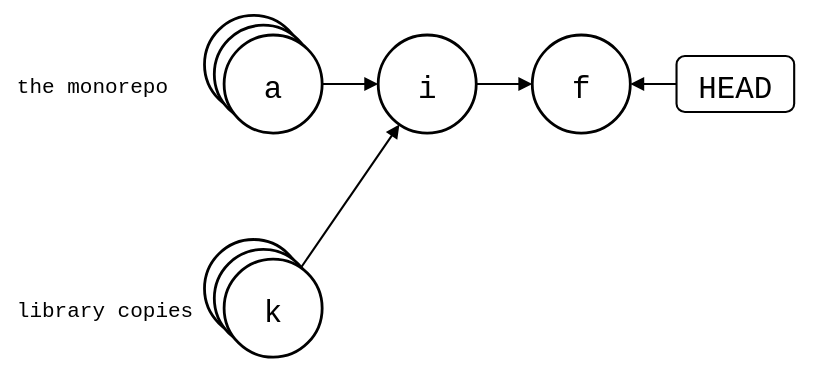
This is docs/05-comparisons/02-third-party/josh-imported.drawio.svg from roschaefer/git-splice, a draw.io export, as it was before one commit. Source tidied: cells renumbered, new cells last; positions are measured from the earlier drawing's top-left corner, leaving out a move shared by most shapes. The source it was exported from:
```xml
<mxGraphModel background="#ffffff">
  <root>
    <mxCell id="0" />
    <mxCell id="1" parent="0" />
    <mxCell id="2" value="the monorepo" style="text;strokeColor=none;fillColor=none;align=left;verticalAlign=middle;fontSize=15;fontFamily=Roboto Mono,monospace;" parent="1" vertex="1">
      <mxGeometry y="34" width="130" height="30" as="geometry" />
    </mxCell>
    <mxCell id="3" value="library copies" style="text;strokeColor=none;fillColor=none;align=left;verticalAlign=middle;fontSize=15;fontFamily=Roboto Mono,monospace;" parent="1" vertex="1">
      <mxGeometry y="194" width="130" height="30" as="geometry" />
    </mxCell>
    <mxCell id="4" style="shape=ellipse;strokeWidth=2;fontSize=22;fontFamily=Roboto Mono,monospace;" parent="1" vertex="1">
      <mxGeometry x="136" width="70" height="70" as="geometry" />
    </mxCell>
    <mxCell id="5" style="shape=ellipse;strokeWidth=2;fontSize=22;fontFamily=Roboto Mono,monospace;" parent="1" vertex="1">
      <mxGeometry x="143" y="7" width="70" height="70" as="geometry" />
    </mxCell>
    <mxCell id="6" value="a" style="ellipse;strokeWidth=2;fontSize=22;fontFamily=Roboto Mono,monospace;" parent="1" vertex="1">
      <mxGeometry x="150" y="14" width="70" height="70" as="geometry" />
    </mxCell>
    <mxCell id="7" value="i" style="ellipse;strokeWidth=2;fontSize=22;fontFamily=Roboto Mono,monospace;" parent="1" vertex="1">
      <mxGeometry x="260" y="14" width="70" height="70" as="geometry" />
    </mxCell>
    <mxCell id="8" value="f" style="ellipse;strokeWidth=2;fontSize=22;fontFamily=Roboto Mono,monospace;" parent="1" vertex="1">
      <mxGeometry x="370" y="14" width="70" height="70" as="geometry" />
    </mxCell>
    <mxCell id="9" style="shape=ellipse;strokeWidth=2;fontSize=22;fontFamily=Roboto Mono,monospace;" parent="1" vertex="1">
      <mxGeometry x="136" y="160" width="70" height="70" as="geometry" />
    </mxCell>
    <mxCell id="10" style="shape=ellipse;strokeWidth=2;fontSize=22;fontFamily=Roboto Mono,monospace;" parent="1" vertex="1">
      <mxGeometry x="143" y="167" width="70" height="70" as="geometry" />
    </mxCell>
    <mxCell id="11" value="k" style="ellipse;strokeWidth=2;fontSize=22;fontFamily=Roboto Mono,monospace;" parent="1" vertex="1">
      <mxGeometry x="150" y="174" width="70" height="70" as="geometry" />
    </mxCell>
    <mxCell id="12" value="HEAD" style="rounded=1;strokeWidth=1.5;fontSize=22;fontFamily=Roboto Mono,monospace;" parent="1" vertex="1">
      <mxGeometry x="473" y="29" width="84" height="40" as="geometry" />
    </mxCell>
    <mxCell id="13" style="endArrow=block;endFill=1;html=1;strokeWidth=1.5;rounded=0;" parent="1" edge="1" source="12" target="8">
      <mxGeometry relative="1" as="geometry" />
    </mxCell>
    <mxCell id="14" style="endArrow=block;endFill=1;html=1;strokeWidth=1.5;rounded=0;" parent="1" edge="1" source="6" target="7">
      <mxGeometry relative="1" as="geometry" />
    </mxCell>
    <mxCell id="15" style="endArrow=block;endFill=1;html=1;strokeWidth=1.5;rounded=0;" parent="1" edge="1" source="11" target="7">
      <mxGeometry relative="1" as="geometry" />
    </mxCell>
    <mxCell id="16" style="endArrow=block;endFill=1;html=1;strokeWidth=1.5;rounded=0;" parent="1" edge="1" source="7" target="8">
      <mxGeometry relative="1" as="geometry" />
    </mxCell>
  </root>
</mxGraphModel>
```
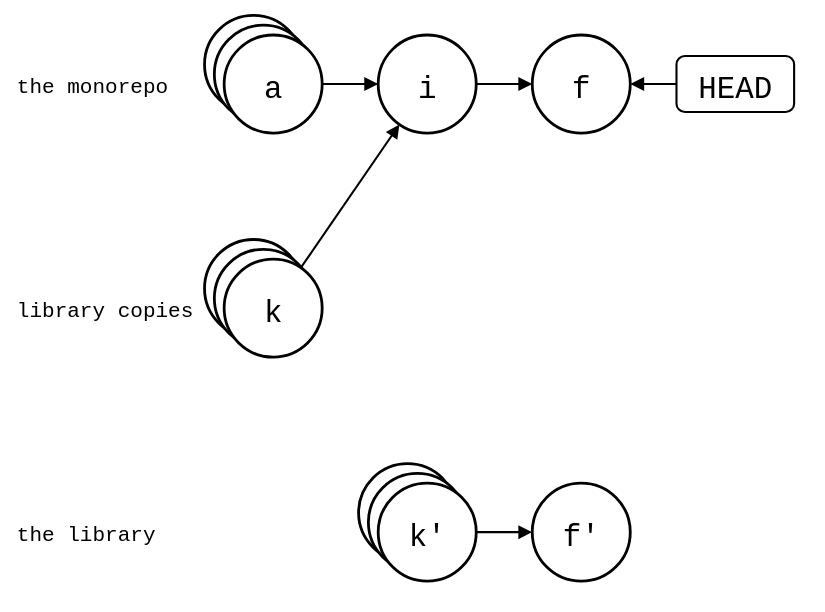
The same file after the commit.

Commit message:
docs(comparisons): show the library under each Josh monorepo drawing

Change to the diagram source:
```diff
@@ -47,5 +47,23 @@
     <mxCell id="16" style="endArrow=block;endFill=1;html=1;strokeWidth=1.5;rounded=0;" parent="1" edge="1" source="7" target="8">
       <mxGeometry relative="1" as="geometry" />
     </mxCell>
+    <mxCell id="17" value="the library" style="text;strokeColor=none;fillColor=none;align=left;verticalAlign=middle;fontSize=15;fontFamily=Roboto Mono,monospace;" parent="1" vertex="1">
+      <mxGeometry y="354" width="130" height="30" as="geometry" />
+    </mxCell>
+    <mxCell id="18" style="shape=ellipse;strokeWidth=2;fontSize=22;fontFamily=Roboto Mono,monospace;" parent="1" vertex="1">
+      <mxGeometry x="246" y="320" width="70" height="70" as="geometry" />
+    </mxCell>
+    <mxCell id="19" style="shape=ellipse;strokeWidth=2;fontSize=22;fontFamily=Roboto Mono,monospace;" parent="1" vertex="1">
+      <mxGeometry x="253" y="327" width="70" height="70" as="geometry" />
+    </mxCell>
+    <mxCell id="20" value="k'" style="ellipse;strokeWidth=2;fontSize=22;fontFamily=Roboto Mono,monospace;" parent="1" vertex="1">
+      <mxGeometry x="260" y="334" width="70" height="70" as="geometry" />
+    </mxCell>
+    <mxCell id="21" value="f'" style="ellipse;strokeWidth=2;fontSize=22;fontFamily=Roboto Mono,monospace;" parent="1" vertex="1">
+      <mxGeometry x="370" y="334" width="70" height="70" as="geometry" />
+    </mxCell>
+    <mxCell id="22" style="endArrow=block;endFill=1;html=1;strokeWidth=1.5;rounded=0;" parent="1" edge="1" source="20" target="21">
+      <mxGeometry relative="1" as="geometry" />
+    </mxCell>
   </root>
 </mxGraphModel>
```
